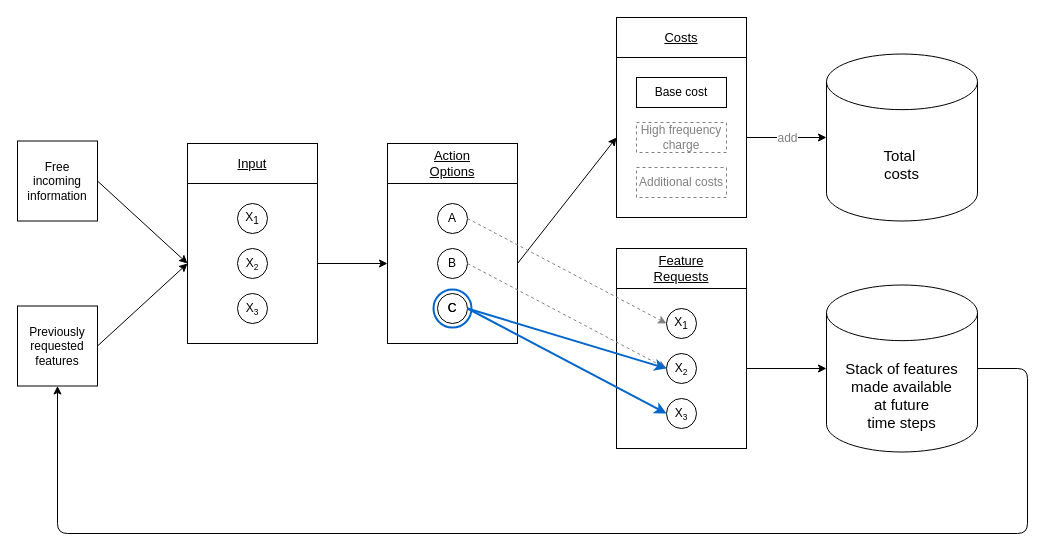
Before: page "Page-1" (2 of 2) of figures/AFA_agent_action_loop.drawio in joshuawe/sepsis, a draw.io diagram. Source tidied: cells renumbered, new cells numbered last; positions are measured from the earlier drawing's top-left corner, leaving out a move shared by most shapes. Both pictures are drawn from the tidied source at 100%, with x=0, y=0 at pixel (17, 17).
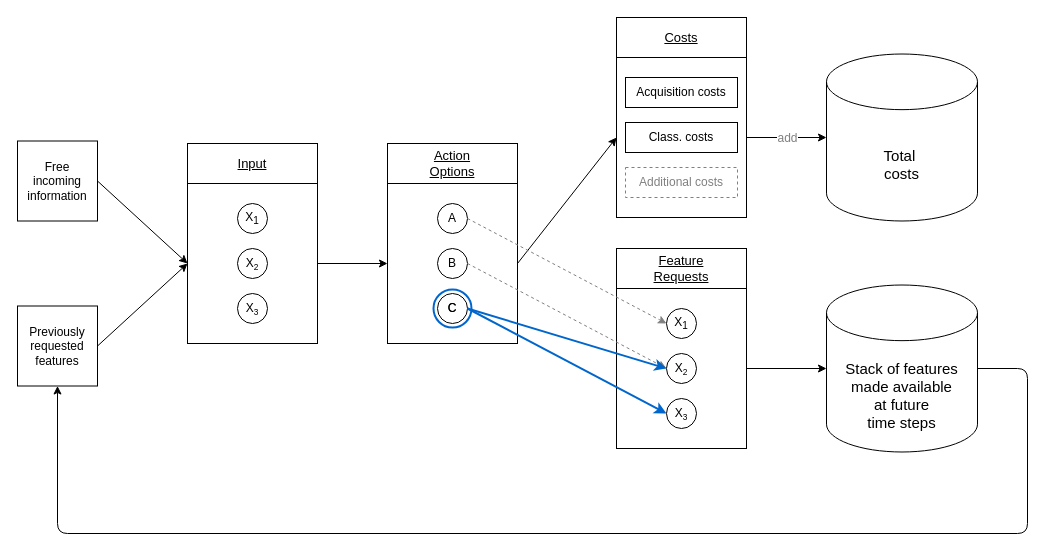
The same page after the edit.

Diff of the diagram source:
```diff
@@
-    <mxCell id="18" value="Base cost" style="rounded=0;whiteSpace=wrap;html=1;strokeColor=default;fontSize=12;" parent="1" vertex="1">
-      <mxGeometry x="619" y="60" width="90" height="30" as="geometry" />
+    <mxCell id="18" value="Acquisition costs" style="rounded=0;whiteSpace=wrap;html=1;strokeColor=default;fontSize=12;" parent="1" vertex="1">
+      <mxGeometry x="608" y="60" width="112" height="30" as="geometry" />
     </mxCell>
-    <mxCell id="19" value="High frequency charge" style="rounded=0;whiteSpace=wrap;html=1;strokeColor=#808080;fontSize=12;dashed=1;fontColor=#808080;" parent="1" vertex="1">
-      <mxGeometry x="619" y="105" width="90" height="30" as="geometry" />
+    <mxCell id="19" value="Class. costs" style="rounded=0;whiteSpace=wrap;html=1;strokeColor=#000000;fontSize=12;fontColor=#000000;gradientColor=none;" parent="1" vertex="1">
+      <mxGeometry x="608" y="105" width="112" height="30" as="geometry" />
     </mxCell>
     <mxCell id="20" value="Additional costs" style="rounded=0;whiteSpace=wrap;html=1;strokeColor=#808080;fontSize=12;dashed=1;fontColor=#808080;" parent="1" vertex="1">
-      <mxGeometry x="619" y="150" width="90" height="30" as="geometry" />
+      <mxGeometry x="608" y="150" width="112" height="30" as="geometry" />
     </mxCell>
```
